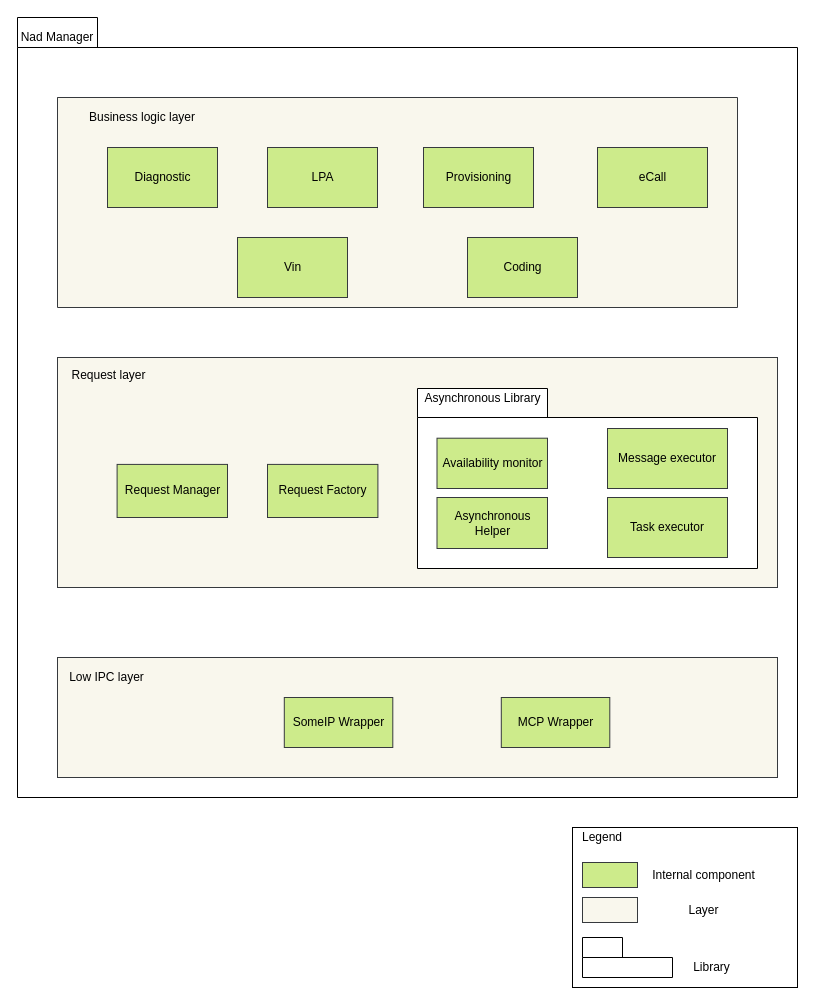
taikt/codefun keeps this draw.io diagram as page "static" (2 of 5) of doc/SA cert/Design/nadmanager.drawio. Above is the earlier version. Source tidied: cells renumbered, new cells numbered last; positions are measured from the earlier drawing's top-left corner, leaving out a move shared by most shapes. Both pictures are drawn from the tidied source at 100%, with x=0, y=0 at pixel (17, 17).
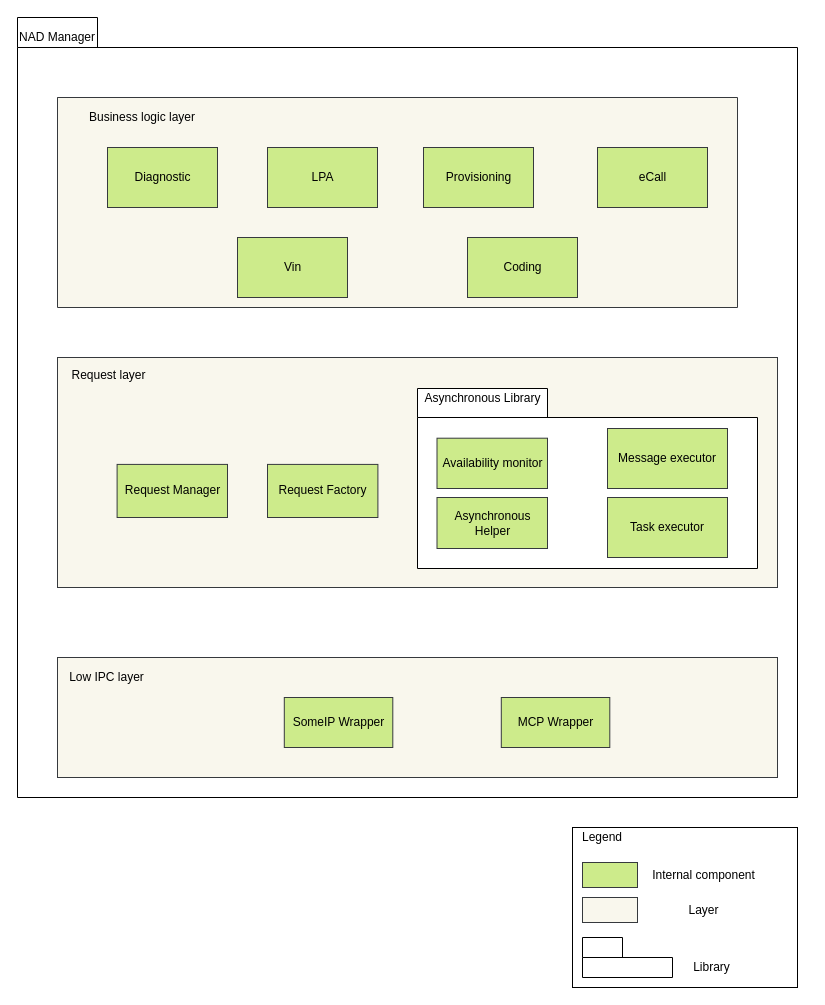
The same diagram, later.

The edit, as a diff of the source:
```diff
@@
-    <mxCell id="3" value="Nad Manager" style="text;html=1;strokeColor=none;fillColor=none;align=center;verticalAlign=middle;whiteSpace=wrap;rounded=0;" parent="1" vertex="1">
+    <mxCell id="3" value="NAD Manager" style="text;html=1;strokeColor=none;fillColor=none;align=center;verticalAlign=middle;whiteSpace=wrap;rounded=0;" parent="1" vertex="1">
       <mxGeometry y="10" width="80" height="20" as="geometry" />
     </mxCell>
```
